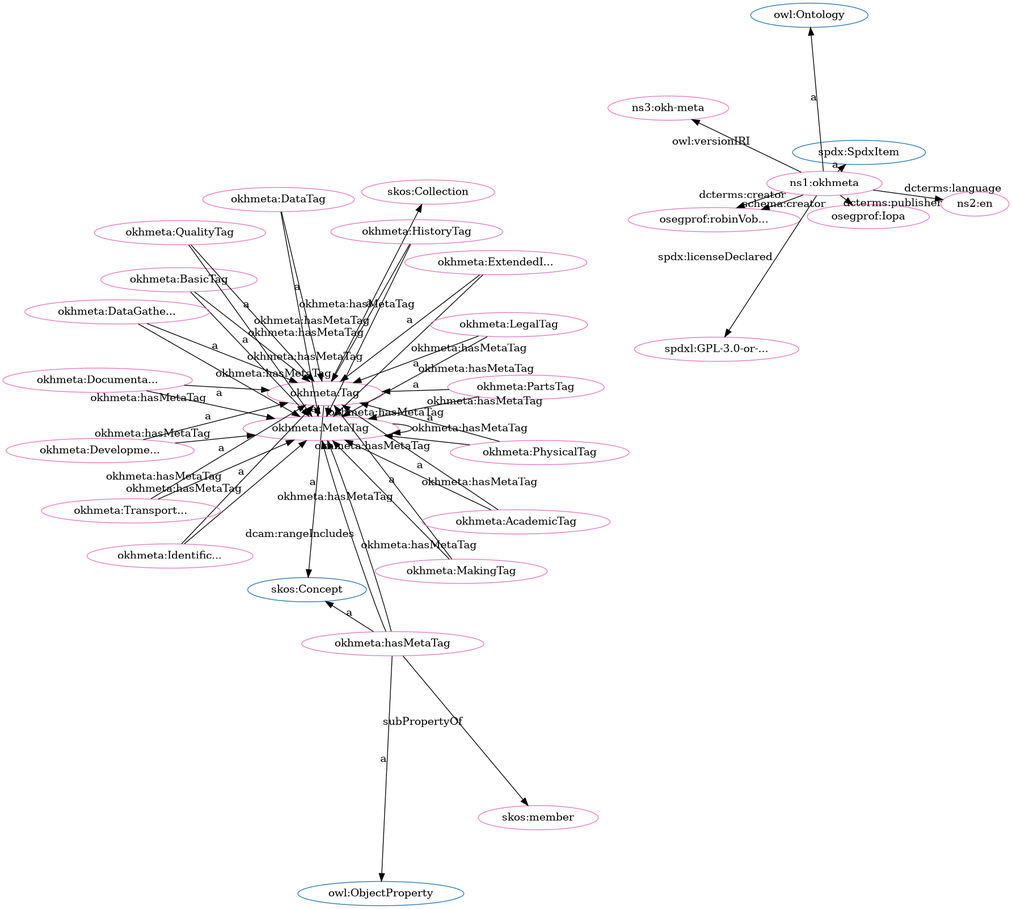
iop-alliance/OpenKnowHow keeps this Graphviz diagram as src/spec/fdp_okh-meta.png. Above is the earlier version. Its source is kept beside it as src/spec/fdp_okh-meta.dot.
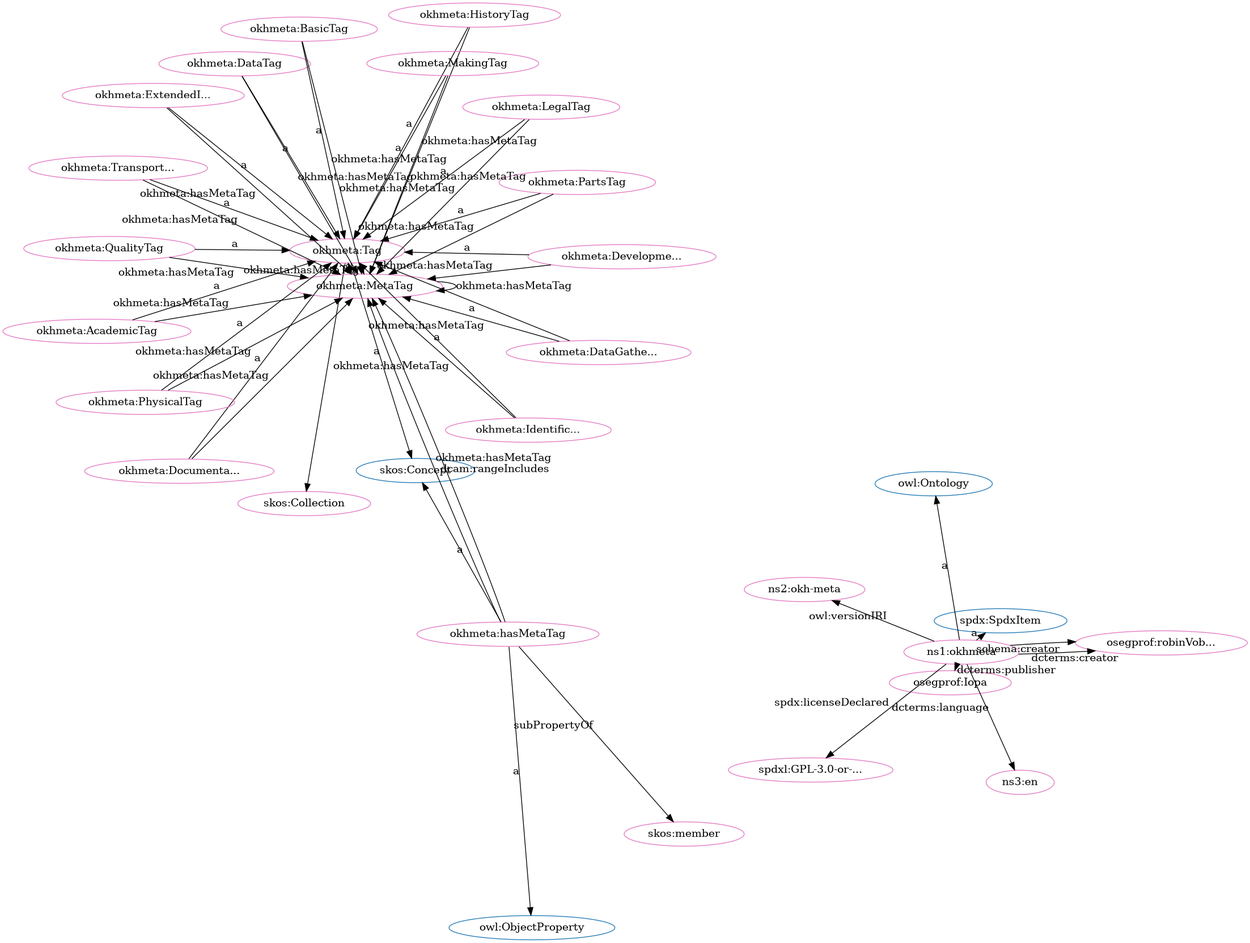
The same file after the commit.

Diff of the diagram source:
```diff
@@ -2,83 +2,83 @@
   rankdir=BT
   node[height=.3]
 "http://www.w3.org/2002/07/owl#Ontology" [fillcolor="#1f77b4" color="#1f77b4" label="owl:Ontology"]
+"http://www.w3.org/2004/02/skos/core#Collection" [fillcolor="#1f77b4" color="#1f77b4" label="skos:Collection"]
+"http://www.w3.org/2002/07/owl#ObjectProperty" [fillcolor="#1f77b4" color="#1f77b4" label="owl:ObjectProperty"]
+"http://www.w3.org/2004/02/skos/core#Concept" [fillcolor="#1f77b4" color="#1f77b4" label="skos:Concept"]
 "http://w3id.org/oseg/ont/okhmeta#Tag" [fillcolor="#1f77b4" color="#1f77b4" label="okhmeta:Tag"]
-"http://www.w3.org/2004/02/skos/core#Collection" [fillcolor="#1f77b4" color="#1f77b4" label="skos:Collection"]
-"http://www.w3.org/2004/02/skos/core#Concept" [fillcolor="#1f77b4" color="#1f77b4" label="skos:Concept"]
 "http://spdx.org/rdf/terms#SpdxItem" [fillcolor="#1f77b4" color="#1f77b4" label="spdx:SpdxItem"]
-"http://www.w3.org/2002/07/owl#ObjectProperty" [fillcolor="#1f77b4" color="#1f77b4" label="owl:ObjectProperty"]
-"http://www.w3.org/2004/02/skos/core#Collection" [fillcolor="#e377c2" color="#e377c2" label="skos:Collection"]
-"http://w3id.org/oseg/ont/okhmeta#Tag" [fillcolor="#e377c2" color="#e377c2" label="okhmeta:Tag"]
-"http://w3id.org/oseg/ont/oseg-profiles#robinVobruba" [fillcolor="#e377c2" color="#e377c2" label="osegprof:robinVob..."]
 "http://w3id.org/oseg/ont/okhmeta#MetaTag" [fillcolor="#e377c2" color="#e377c2" label="okhmeta:MetaTag"]
-"http://w3id.org/oseg/ont/okhmeta#BasicTag" [fillcolor="#e377c2" color="#e377c2" label="okhmeta:BasicTag"]
-"http://w3id.org/oseg/ont/okhmeta#MakingTag" [fillcolor="#e377c2" color="#e377c2" label="okhmeta:MakingTag"]
-"http://w3id.org/oseg/ont/okhmeta#PhysicalTag" [fillcolor="#e377c2" color="#e377c2" label="okhmeta:PhysicalTag"]
-"http://w3id.org/oseg/ont/okhmeta#IdentificationTag" [fillcolor="#e377c2" color="#e377c2" label="okhmeta:Identific..."]
-"http://w3id.org/oseg/ont/okhmeta" [fillcolor="#e377c2" color="#e377c2" label="ns1:okhmeta"]
-"http://w3id.org/oseg/ont/okhmeta#hasMetaTag" [fillcolor="#e377c2" color="#e377c2" label="okhmeta:hasMetaTag"]
-"http://www.w3.org/2004/02/skos/core#member" [fillcolor="#e377c2" color="#e377c2" label="skos:member"]
-"http://w3id.org/oseg/ont/okhmeta#DataGatheringTag" [fillcolor="#e377c2" color="#e377c2" label="okhmeta:DataGathe..."]
-"http://w3id.org/oseg/ont/okhmeta#HistoryTag" [fillcolor="#e377c2" color="#e377c2" label="okhmeta:HistoryTag"]
 "http://w3id.org/oseg/ont/okhmeta#DataTag" [fillcolor="#e377c2" color="#e377c2" label="okhmeta:DataTag"]
-"http://w3id.org/oseg/ont/okhmeta#PartsTag" [fillcolor="#e377c2" color="#e377c2" label="okhmeta:PartsTag"]
 "http://w3id.org/oseg/ont/okhmeta#DocumentationTag" [fillcolor="#e377c2" color="#e377c2" label="okhmeta:Documenta..."]
-"http://id.loc.gov/vocabulary/iso639-1/en" [fillcolor="#e377c2" color="#e377c2" label="ns2:en"]
-"http://w3id.org/oseg/ont/1.1.0/okh-meta" [fillcolor="#e377c2" color="#e377c2" label="ns3:okh-meta"]
-"http://w3id.org/oseg/ont/okhmeta#AcademicTag" [fillcolor="#e377c2" color="#e377c2" label="okhmeta:AcademicTag"]
-"http://spdx.org/licenses/GPL-3.0-or-later" [fillcolor="#e377c2" color="#e377c2" label="spdxl:GPL-3.0-or-..."]
-"http://w3id.org/oseg/ont/okhmeta#QualityTag" [fillcolor="#e377c2" color="#e377c2" label="okhmeta:QualityTag"]
-"http://w3id.org/oseg/ont/okhmeta#ExtendedInfoTag" [fillcolor="#e377c2" color="#e377c2" label="okhmeta:ExtendedI..."]
-"http://w3id.org/oseg/ont/okhmeta#LegalTag" [fillcolor="#e377c2" color="#e377c2" label="okhmeta:LegalTag"]
 "http://w3id.org/oseg/ont/okhmeta#DevelopmentTag" [fillcolor="#e377c2" color="#e377c2" label="okhmeta:Developme..."]
 "http://w3id.org/oseg/ont/oseg-profiles#Iopa" [fillcolor="#e377c2" color="#e377c2" label="osegprof:Iopa"]
+"http://www.w3.org/2004/02/skos/core#member" [fillcolor="#e377c2" color="#e377c2" label="skos:member"]
+"http://w3id.org/oseg/ont/okhmeta#Tag" [fillcolor="#e377c2" color="#e377c2" label="okhmeta:Tag"]
+"http://w3id.org/oseg/ont/okhmeta#hasMetaTag" [fillcolor="#e377c2" color="#e377c2" label="okhmeta:hasMetaTag"]
+"http://w3id.org/oseg/ont/okhmeta" [fillcolor="#e377c2" color="#e377c2" label="ns1:okhmeta"]
+"http://w3id.org/oseg/ont/oseg-profiles#robinVobruba" [fillcolor="#e377c2" color="#e377c2" label="osegprof:robinVob..."]
+"http://w3id.org/oseg/ont/okhmeta#DataGatheringTag" [fillcolor="#e377c2" color="#e377c2" label="okhmeta:DataGathe..."]
+"http://w3id.org/oseg/ont/okhmeta#BasicTag" [fillcolor="#e377c2" color="#e377c2" label="okhmeta:BasicTag"]
+"http://w3id.org/oseg/ont/okhmeta#LegalTag" [fillcolor="#e377c2" color="#e377c2" label="okhmeta:LegalTag"]
+"http://w3id.org/oseg/ont/okhmeta#PartsTag" [fillcolor="#e377c2" color="#e377c2" label="okhmeta:PartsTag"]
+"http://w3id.org/oseg/ont/okhmeta#HistoryTag" [fillcolor="#e377c2" color="#e377c2" label="okhmeta:HistoryTag"]
+"http://w3id.org/oseg/ont/okhmeta#MakingTag" [fillcolor="#e377c2" color="#e377c2" label="okhmeta:MakingTag"]
+"http://w3id.org/oseg/ont/okhmeta#IdentificationTag" [fillcolor="#e377c2" color="#e377c2" label="okhmeta:Identific..."]
+"http://w3id.org/oseg/ont/okhmeta#QualityTag" [fillcolor="#e377c2" color="#e377c2" label="okhmeta:QualityTag"]
+"http://w3id.org/oseg/ont/1.1.0/okh-meta" [fillcolor="#e377c2" color="#e377c2" label="ns2:okh-meta"]
 "http://w3id.org/oseg/ont/okhmeta#TransportationTag" [fillcolor="#e377c2" color="#e377c2" label="okhmeta:Transport..."]
+"http://spdx.org/licenses/GPL-3.0-or-later" [fillcolor="#e377c2" color="#e377c2" label="spdxl:GPL-3.0-or-..."]
+"http://w3id.org/oseg/ont/okhmeta#ExtendedInfoTag" [fillcolor="#e377c2" color="#e377c2" label="okhmeta:ExtendedI..."]
+"http://w3id.org/oseg/ont/okhmeta#PhysicalTag" [fillcolor="#e377c2" color="#e377c2" label="okhmeta:PhysicalTag"]
+"http://id.loc.gov/vocabulary/iso639-1/en" [fillcolor="#e377c2" color="#e377c2" label="ns3:en"]
+"http://www.w3.org/2004/02/skos/core#Collection" [fillcolor="#e377c2" color="#e377c2" label="skos:Collection"]
+"http://w3id.org/oseg/ont/okhmeta#AcademicTag" [fillcolor="#e377c2" color="#e377c2" label="okhmeta:AcademicTag"]
+  "http://w3id.org/oseg/ont/okhmeta#hasMetaTag" -> "http://w3id.org/oseg/ont/okhmeta#MetaTag" [label="okhmeta:hasMetaTag"]
+  "http://w3id.org/oseg/ont/okhmeta#DataTag" -> "http://w3id.org/oseg/ont/okhmeta#Tag" [label="a"]
+  "http://w3id.org/oseg/ont/okhmeta#MakingTag" -> "http://w3id.org/oseg/ont/okhmeta#MetaTag" [label="okhmeta:hasMetaTag"]
+  "http://w3id.org/oseg/ont/okhmeta#DocumentationTag" -> "http://w3id.org/oseg/ont/okhmeta#MetaTag" [label="okhmeta:hasMetaTag"]
+  "http://w3id.org/oseg/ont/okhmeta#DevelopmentTag" -> "http://w3id.org/oseg/ont/okhmeta#Tag" [label="a"]
+  "http://w3id.org/oseg/ont/okhmeta" -> "http://w3id.org/oseg/ont/oseg-profiles#Iopa" [label="dcterms:publisher"]
+  "http://w3id.org/oseg/ont/okhmeta#hasMetaTag" -> "http://www.w3.org/2004/02/skos/core#member" [label="subPropertyOf"]
+  "http://w3id.org/oseg/ont/okhmeta#hasMetaTag" -> "http://w3id.org/oseg/ont/okhmeta#MetaTag" [label="dcam:rangeIncludes"]
+  "http://w3id.org/oseg/ont/okhmeta#IdentificationTag" -> "http://w3id.org/oseg/ont/okhmeta#MetaTag" [label="okhmeta:hasMetaTag"]
+  "http://w3id.org/oseg/ont/okhmeta" -> "http://spdx.org/rdf/terms#SpdxItem" [label="a"]
+  "http://w3id.org/oseg/ont/okhmeta#DevelopmentTag" -> "http://w3id.org/oseg/ont/okhmeta#MetaTag" [label="okhmeta:hasMetaTag"]
+  "http://w3id.org/oseg/ont/okhmeta#QualityTag" -> "http://w3id.org/oseg/ont/okhmeta#MetaTag" [label="okhmeta:hasMetaTag"]
+  "http://w3id.org/oseg/ont/okhmeta#LegalTag" -> "http://w3id.org/oseg/ont/okhmeta#MetaTag" [label="okhmeta:hasMetaTag"]
+  "http://w3id.org/oseg/ont/okhmeta" -> "http://w3id.org/oseg/ont/oseg-profiles#robinVobruba" [label="schema:creator"]
+  "http://w3id.org/oseg/ont/okhmeta" -> "http://www.w3.org/2002/07/owl#Ontology" [label="a"]
+  "http://w3id.org/oseg/ont/okhmeta#HistoryTag" -> "http://w3id.org/oseg/ont/okhmeta#Tag" [label="a"]
+  "http://w3id.org/oseg/ont/okhmeta#IdentificationTag" -> "http://w3id.org/oseg/ont/okhmeta#Tag" [label="a"]
+  "http://w3id.org/oseg/ont/okhmeta#AcademicTag" -> "http://w3id.org/oseg/ont/okhmeta#MetaTag" [label="okhmeta:hasMetaTag"]
+  "http://w3id.org/oseg/ont/okhmeta#DataTag" -> "http://w3id.org/oseg/ont/okhmeta#MetaTag" [label="okhmeta:hasMetaTag"]
+  "http://w3id.org/oseg/ont/okhmeta" -> "http://spdx.org/licenses/GPL-3.0-or-later" [label="spdx:licenseDeclared"]
+  "http://w3id.org/oseg/ont/okhmeta#ExtendedInfoTag" -> "http://w3id.org/oseg/ont/okhmeta#MetaTag" [label="okhmeta:hasMetaTag"]
+  "http://w3id.org/oseg/ont/okhmeta#DataGatheringTag" -> "http://w3id.org/oseg/ont/okhmeta#MetaTag" [label="okhmeta:hasMetaTag"]
+  "http://w3id.org/oseg/ont/okhmeta" -> "http://id.loc.gov/vocabulary/iso639-1/en" [label="dcterms:language"]
+  "http://w3id.org/oseg/ont/okhmeta#BasicTag" -> "http://w3id.org/oseg/ont/okhmeta#MetaTag" [label="okhmeta:hasMetaTag"]
+  "http://w3id.org/oseg/ont/okhmeta#AcademicTag" -> "http://w3id.org/oseg/ont/okhmeta#Tag" [label="a"]
+  "http://w3id.org/oseg/ont/okhmeta#PartsTag" -> "http://w3id.org/oseg/ont/okhmeta#MetaTag" [label="okhmeta:hasMetaTag"]
+  "http://w3id.org/oseg/ont/okhmeta#DocumentationTag" -> "http://w3id.org/oseg/ont/okhmeta#Tag" [label="a"]
+  "http://w3id.org/oseg/ont/okhmeta#Tag" -> "http://www.w3.org/2004/02/skos/core#Concept" [label="a"]
+  "http://w3id.org/oseg/ont/okhmeta#hasMetaTag" -> "http://www.w3.org/2004/02/skos/core#Concept" [label="a"]
+  "http://w3id.org/oseg/ont/okhmeta" -> "http://w3id.org/oseg/ont/oseg-profiles#robinVobruba" [label="dcterms:creator"]
+  "http://w3id.org/oseg/ont/okhmeta#hasMetaTag" -> "http://www.w3.org/2002/07/owl#ObjectProperty" [label="a"]
+  "http://w3id.org/oseg/ont/okhmeta#TransportationTag" -> "http://w3id.org/oseg/ont/okhmeta#MetaTag" [label="okhmeta:hasMetaTag"]
+  "http://w3id.org/oseg/ont/okhmeta#DataGatheringTag" -> "http://w3id.org/oseg/ont/okhmeta#Tag" [label="a"]
+  "http://w3id.org/oseg/ont/okhmeta#PhysicalTag" -> "http://w3id.org/oseg/ont/okhmeta#MetaTag" [label="okhmeta:hasMetaTag"]
+  "http://w3id.org/oseg/ont/okhmeta#BasicTag" -> "http://w3id.org/oseg/ont/okhmeta#Tag" [label="a"]
+  "http://w3id.org/oseg/ont/okhmeta#LegalTag" -> "http://w3id.org/oseg/ont/okhmeta#Tag" [label="a"]
+  "http://w3id.org/oseg/ont/okhmeta#PartsTag" -> "http://w3id.org/oseg/ont/okhmeta#Tag" [label="a"]
+  "http://w3id.org/oseg/ont/okhmeta#Tag" -> "http://w3id.org/oseg/ont/okhmeta#MetaTag" [label="okhmeta:hasMetaTag"]
+  "http://w3id.org/oseg/ont/okhmeta#MakingTag" -> "http://w3id.org/oseg/ont/okhmeta#Tag" [label="a"]
+  "http://w3id.org/oseg/ont/okhmeta#MetaTag" -> "http://w3id.org/oseg/ont/okhmeta#MetaTag" [label="okhmeta:hasMetaTag"]
+  "http://w3id.org/oseg/ont/okhmeta#QualityTag" -> "http://w3id.org/oseg/ont/okhmeta#Tag" [label="a"]
+  "http://w3id.org/oseg/ont/okhmeta" -> "http://w3id.org/oseg/ont/1.1.0/okh-meta" [label="owl:versionIRI"]
+  "http://w3id.org/oseg/ont/okhmeta#TransportationTag" -> "http://w3id.org/oseg/ont/okhmeta#Tag" [label="a"]
+  "http://w3id.org/oseg/ont/okhmeta#ExtendedInfoTag" -> "http://w3id.org/oseg/ont/okhmeta#Tag" [label="a"]
+  "http://w3id.org/oseg/ont/okhmeta#PhysicalTag" -> "http://w3id.org/oseg/ont/okhmeta#Tag" [label="a"]
+  "http://w3id.org/oseg/ont/okhmeta#MetaTag" -> "http://w3id.org/oseg/ont/okhmeta#Tag" [label="a"]
+  "http://w3id.org/oseg/ont/okhmeta#HistoryTag" -> "http://w3id.org/oseg/ont/okhmeta#MetaTag" [label="okhmeta:hasMetaTag"]
   "http://w3id.org/oseg/ont/okhmeta#Tag" -> "http://www.w3.org/2004/02/skos/core#Collection" [label=""]
-  "http://w3id.org/oseg/ont/okhmeta#Tag" -> "http://www.w3.org/2004/02/skos/core#Concept" [label="a"]
-  "http://w3id.org/oseg/ont/okhmeta#MakingTag" -> "http://w3id.org/oseg/ont/okhmeta#MetaTag" [label="okhmeta:hasMetaTag"]
-  "http://w3id.org/oseg/ont/okhmeta#BasicTag" -> "http://w3id.org/oseg/ont/okhmeta#Tag" [label="a"]
-  "http://w3id.org/oseg/ont/okhmeta#AcademicTag" -> "http://w3id.org/oseg/ont/okhmeta#MetaTag" [label="okhmeta:hasMetaTag"]
-  "http://w3id.org/oseg/ont/okhmeta#PhysicalTag" -> "http://w3id.org/oseg/ont/okhmeta#Tag" [label="a"]
-  "http://w3id.org/oseg/ont/okhmeta#IdentificationTag" -> "http://w3id.org/oseg/ont/okhmeta#Tag" [label="a"]
-  "http://w3id.org/oseg/ont/okhmeta#hasMetaTag" -> "http://www.w3.org/2002/07/owl#ObjectProperty" [label="a"]
-  "http://w3id.org/oseg/ont/okhmeta#MetaTag" -> "http://w3id.org/oseg/ont/okhmeta#MetaTag" [label="okhmeta:hasMetaTag"]
-  "http://w3id.org/oseg/ont/okhmeta#LegalTag" -> "http://w3id.org/oseg/ont/okhmeta#MetaTag" [label="okhmeta:hasMetaTag"]
-  "http://w3id.org/oseg/ont/okhmeta#hasMetaTag" -> "http://www.w3.org/2004/02/skos/core#member" [label="subPropertyOf"]
-  "http://w3id.org/oseg/ont/okhmeta#DataTag" -> "http://w3id.org/oseg/ont/okhmeta#MetaTag" [label="okhmeta:hasMetaTag"]
-  "http://w3id.org/oseg/ont/okhmeta#HistoryTag" -> "http://w3id.org/oseg/ont/okhmeta#Tag" [label="a"]
-  "http://w3id.org/oseg/ont/okhmeta#DataTag" -> "http://w3id.org/oseg/ont/okhmeta#Tag" [label="a"]
-  "http://w3id.org/oseg/ont/okhmeta#hasMetaTag" -> "http://w3id.org/oseg/ont/okhmeta#MetaTag" [label="dcam:rangeIncludes"]
-  "http://w3id.org/oseg/ont/okhmeta#DocumentationTag" -> "http://w3id.org/oseg/ont/okhmeta#MetaTag" [label="okhmeta:hasMetaTag"]
-  "http://w3id.org/oseg/ont/okhmeta#BasicTag" -> "http://w3id.org/oseg/ont/okhmeta#MetaTag" [label="okhmeta:hasMetaTag"]
-  "http://w3id.org/oseg/ont/okhmeta" -> "http://id.loc.gov/vocabulary/iso639-1/en" [label="dcterms:language"]
-  "http://w3id.org/oseg/ont/okhmeta#PhysicalTag" -> "http://w3id.org/oseg/ont/okhmeta#MetaTag" [label="okhmeta:hasMetaTag"]
-  "http://w3id.org/oseg/ont/okhmeta" -> "http://spdx.org/licenses/GPL-3.0-or-later" [label="spdx:licenseDeclared"]
-  "http://w3id.org/oseg/ont/okhmeta#QualityTag" -> "http://w3id.org/oseg/ont/okhmeta#MetaTag" [label="okhmeta:hasMetaTag"]
-  "http://w3id.org/oseg/ont/okhmeta#hasMetaTag" -> "http://www.w3.org/2004/02/skos/core#Concept" [label="a"]
-  "http://w3id.org/oseg/ont/okhmeta#ExtendedInfoTag" -> "http://w3id.org/oseg/ont/okhmeta#Tag" [label="a"]
-  "http://w3id.org/oseg/ont/okhmeta" -> "http://spdx.org/rdf/terms#SpdxItem" [label="a"]
-  "http://w3id.org/oseg/ont/okhmeta#LegalTag" -> "http://w3id.org/oseg/ont/okhmeta#Tag" [label="a"]
-  "http://w3id.org/oseg/ont/okhmeta#DevelopmentTag" -> "http://w3id.org/oseg/ont/okhmeta#Tag" [label="a"]
-  "http://w3id.org/oseg/ont/okhmeta#TransportationTag" -> "http://w3id.org/oseg/ont/okhmeta#MetaTag" [label="okhmeta:hasMetaTag"]
-  "http://w3id.org/oseg/ont/okhmeta" -> "http://w3id.org/oseg/ont/oseg-profiles#robinVobruba" [label="dcterms:creator"]
-  "http://w3id.org/oseg/ont/okhmeta#MakingTag" -> "http://w3id.org/oseg/ont/okhmeta#Tag" [label="a"]
-  "http://w3id.org/oseg/ont/okhmeta#Tag" -> "http://w3id.org/oseg/ont/okhmeta#MetaTag" [label="okhmeta:hasMetaTag"]
-  "http://w3id.org/oseg/ont/okhmeta" -> "http://www.w3.org/2002/07/owl#Ontology" [label="a"]
-  "http://w3id.org/oseg/ont/okhmeta#DataGatheringTag" -> "http://w3id.org/oseg/ont/okhmeta#MetaTag" [label="okhmeta:hasMetaTag"]
-  "http://w3id.org/oseg/ont/okhmeta" -> "http://w3id.org/oseg/ont/oseg-profiles#robinVobruba" [label="schema:creator"]
-  "http://w3id.org/oseg/ont/okhmeta#HistoryTag" -> "http://w3id.org/oseg/ont/okhmeta#MetaTag" [label="okhmeta:hasMetaTag"]
-  "http://w3id.org/oseg/ont/okhmeta#DataGatheringTag" -> "http://w3id.org/oseg/ont/okhmeta#Tag" [label="a"]
-  "http://w3id.org/oseg/ont/okhmeta#DevelopmentTag" -> "http://w3id.org/oseg/ont/okhmeta#MetaTag" [label="okhmeta:hasMetaTag"]
-  "http://w3id.org/oseg/ont/okhmeta#PartsTag" -> "http://w3id.org/oseg/ont/okhmeta#Tag" [label="a"]
-  "http://w3id.org/oseg/ont/okhmeta#DocumentationTag" -> "http://w3id.org/oseg/ont/okhmeta#Tag" [label="a"]
-  "http://w3id.org/oseg/ont/okhmeta" -> "http://w3id.org/oseg/ont/1.1.0/okh-meta" [label="owl:versionIRI"]
-  "http://w3id.org/oseg/ont/okhmeta#AcademicTag" -> "http://w3id.org/oseg/ont/okhmeta#Tag" [label="a"]
-  "http://w3id.org/oseg/ont/okhmeta#ExtendedInfoTag" -> "http://w3id.org/oseg/ont/okhmeta#MetaTag" [label="okhmeta:hasMetaTag"]
-  "http://w3id.org/oseg/ont/okhmeta#QualityTag" -> "http://w3id.org/oseg/ont/okhmeta#Tag" [label="a"]
-  "http://w3id.org/oseg/ont/okhmeta#MetaTag" -> "http://w3id.org/oseg/ont/okhmeta#Tag" [label="a"]
-  "http://w3id.org/oseg/ont/okhmeta#PartsTag" -> "http://w3id.org/oseg/ont/okhmeta#MetaTag" [label="okhmeta:hasMetaTag"]
-  "http://w3id.org/oseg/ont/okhmeta#hasMetaTag" -> "http://w3id.org/oseg/ont/okhmeta#MetaTag" [label="okhmeta:hasMetaTag"]
-  "http://w3id.org/oseg/ont/okhmeta" -> "http://w3id.org/oseg/ont/oseg-profiles#Iopa" [label="dcterms:publisher"]
-  "http://w3id.org/oseg/ont/okhmeta#IdentificationTag" -> "http://w3id.org/oseg/ont/okhmeta#MetaTag" [label="okhmeta:hasMetaTag"]
-  "http://w3id.org/oseg/ont/okhmeta#TransportationTag" -> "http://w3id.org/oseg/ont/okhmeta#Tag" [label="a"]
 }
```
